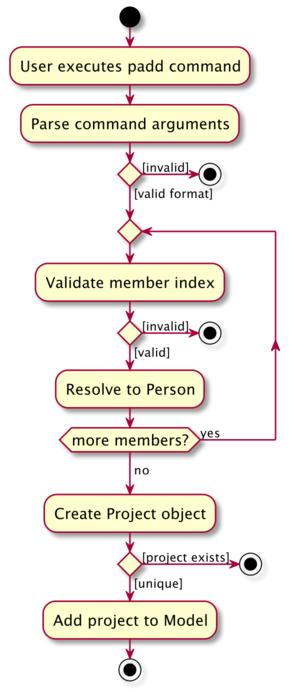
Before: docs/images/AddProjectActivityDiagram.png, a diagram exported from PlantUML (dongjunnn/tp). Its source is kept beside it as docs/diagrams/AddProjectActivityDiagram.puml. Its diagram source:
```plantuml
@startuml
skin rose
skinparam ActivityFontSize 15
skinparam ArrowFontSize 12
start
:User executes padd command;

:Parse command arguments;

if () then ([valid format])
else ([invalid])
    stop
endif

repeat
    :Validate member index;
    if () then ([valid])
        :Resolve to Person;
    else ([invalid])
        stop
    endif
repeat while (more members?) is (yes)
->no;

:Create Project object;

if () then ([project exists])
    stop
else ([unique])
    :Add project to Model;
endif

stop
@enduml
```
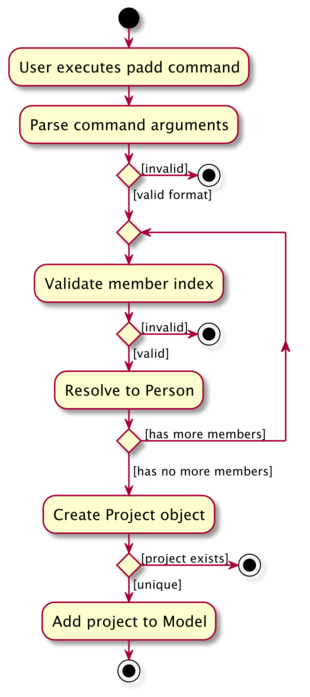
After the change.

Change to the diagram source:
```diff
@@ -19,8 +19,8 @@
     else ([invalid])
         stop
     endif
-repeat while (more members?) is (yes)
-->no;
+repeat while () is ( [has more members])
+->[has no more members];
 
 :Create Project object;
 
```
